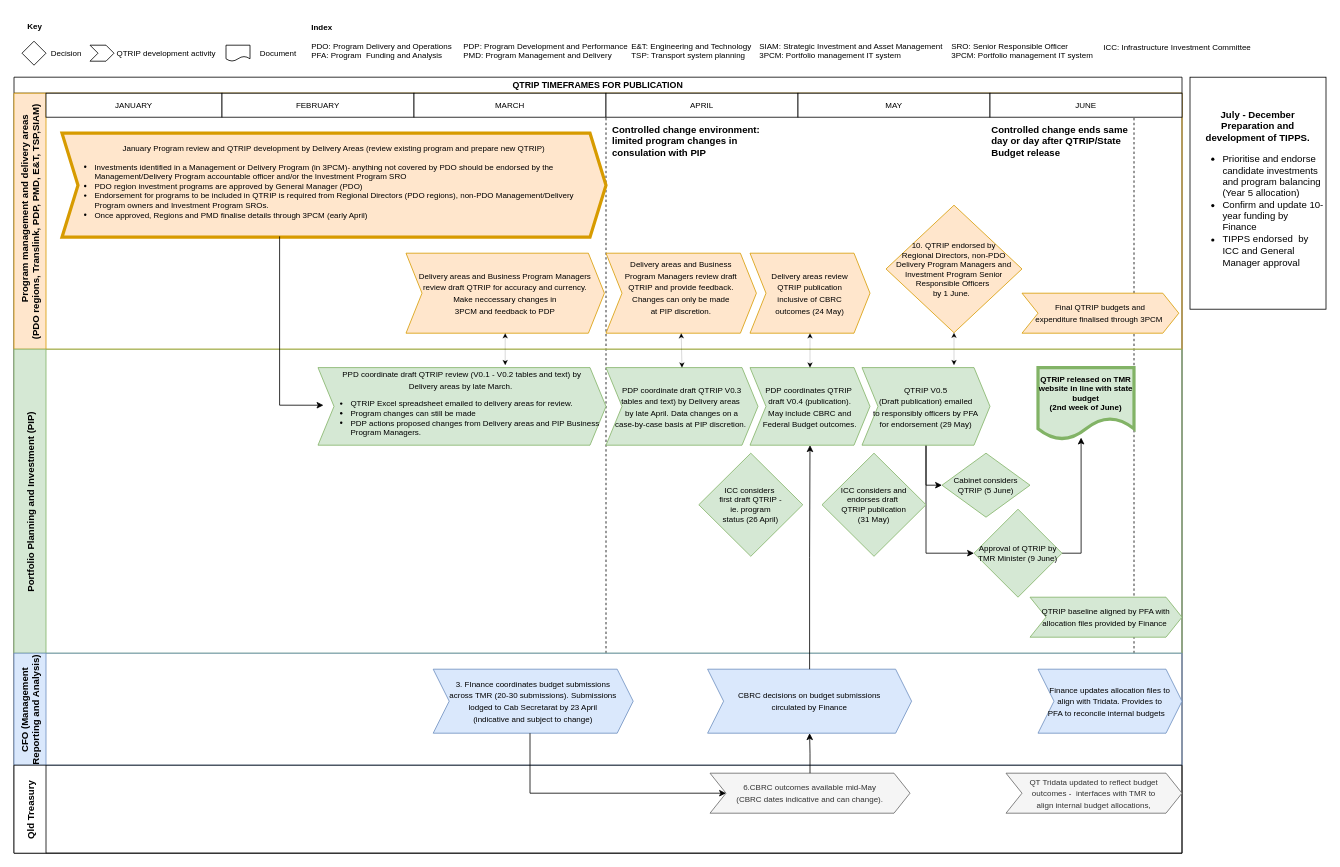
Above: page "QTRIP" (1 of 5) of QTRIP and financial mapping.drawio in tzforster/great-suppository-name (draw.io), before the change. Source tidied: cells renumbered, new cells numbered last; positions are measured from the earlier drawing's top-left corner, leaving out a move shared by most shapes. Both pictures are drawn from the tidied source at 80%, with x=0, y=0 at pixel (14, 14).
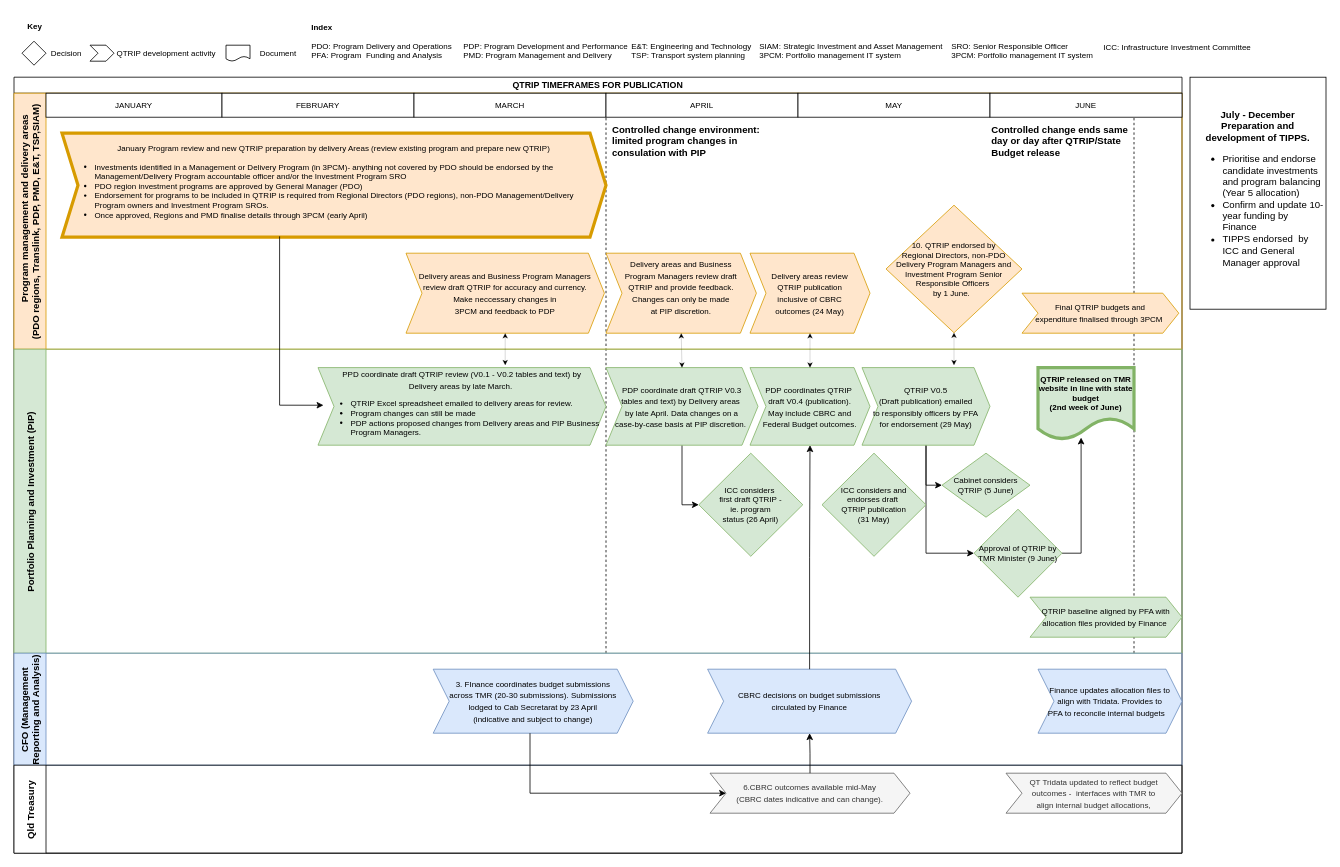
After the change.

The change refers to these unchanged cells:
```xml
<mxCell id="5" value="            Program management and delivery areas  &#10;(PDO regions, Translink, PDP, PMD, E&amp;T, TSP,SIAM)" style="swimlane;startSize=40;horizontal=0;fillColor=#ffe6cc;strokeColor=#d79b00;" parent="2" vertex="1">
  <mxGeometry y="20" width="1460" height="320" as="geometry" />
</mxCell>
<mxCell id="21" value="Portfolio Planning and Investment (PIP)" style="swimlane;startSize=40;horizontal=0;fillColor=#d5e8d4;strokeColor=#82b366;" parent="2" vertex="1">
  <mxGeometry y="340" width="1460" height="380" as="geometry" />
</mxCell>
<mxCell id="29" value="ICC considers&amp;nbsp;&lt;br&gt;first draft QTRIP -&lt;br&gt;ie. program&lt;br&gt;status (26 April)" style="rhombus;whiteSpace=wrap;html=1;fontSize=10;fillColor=#d5e8d4;strokeColor=#82b366;" parent="21" vertex="1">
  <mxGeometry x="856" y="130" width="130" height="128.9" as="geometry" />
</mxCell>
<mxCell id="34" value="&lt;font style=&quot;font-size: 10px;&quot;&gt;PDP coordinate draft QTRIP V0.3&lt;br&gt;tables and text) by Delivery areas&amp;nbsp;&lt;br&gt;by late April.&amp;nbsp;Data changes on a&lt;br&gt;case-by-case basis at PIP discretion.&amp;nbsp;&lt;br&gt;&lt;/font&gt;" style="shape=step;perimeter=stepPerimeter;whiteSpace=wrap;html=1;fixedSize=1;fillColor=#d5e8d4;strokeColor=#82b366;" parent="21" vertex="1">
  <mxGeometry x="740" y="23" width="190" height="97" as="geometry" />
</mxCell>
```

What changed in the source:
```diff
@@
-    <mxCell id="18" value="&lt;span style=&quot;font-size: 10px; text-align: left; background-color: initial;&quot;&gt;January Program review and QTRIP development by Delivery Areas (review existing program and prepare new QTRIP)&lt;/span&gt;&lt;span style=&quot;font-size: 10px;&quot;&gt;&lt;br&gt;&lt;/span&gt;&lt;div style=&quot;text-align: left; font-size: 10px;&quot;&gt;&lt;ul style=&quot;&quot;&gt;&lt;li&gt;&lt;span style=&quot;font-size: 10px;&quot;&gt;Investments identified in a Management or Delivery Program (in 3PCM)- anything not covered by PDO should be endorsed by the Management/Delivery Program accountable officer and/or the Investment Program SRO&lt;br&gt;&lt;/span&gt;&lt;/li&gt;&lt;li&gt;&lt;span style=&quot;font-size: 10px;&quot;&gt;PDO region investment programs are approved by General Manager (PDO)&lt;/span&gt;&lt;/li&gt;&lt;li&gt;&lt;span style=&quot;font-size: 10px;&quot;&gt;Endorsement for programs to be included in QTRIP is required from Regional Directors (PDO regions), non-PDO Management/Delivery Program owners and Investment Program SROs.&amp;nbsp;&lt;/span&gt;&lt;/li&gt;&lt;li&gt;&lt;span style=&quot;font-size: 10px;&quot;&gt;Once approved, Regions and PMD finalise details through 3PCM (early April)&lt;/span&gt;&lt;/li&gt;&lt;/ul&gt;&lt;/div&gt;" style="shape=step;perimeter=stepPerimeter;whiteSpace=wrap;html=1;fixedSize=1;fillColor=#ffe6cc;strokeColor=#d79b00;strokeWidth=4;" parent="5" vertex="1">
+    <mxCell id="18" value="&lt;span style=&quot;text-align: left; background-color: initial;&quot;&gt;&lt;span style=&quot;font-size: 10px;&quot;&gt;January Program review and new QTRIP preparation&amp;nbsp;by delivery Areas (review existing program and prepare new QTRIP)&lt;/span&gt;&lt;/span&gt;&lt;span style=&quot;font-size: 10px;&quot;&gt;&lt;br&gt;&lt;/span&gt;&lt;div style=&quot;text-align: left; font-size: 10px;&quot;&gt;&lt;ul style=&quot;&quot;&gt;&lt;li&gt;&lt;span style=&quot;font-size: 10px;&quot;&gt;Investments identified in a Management or Delivery Program (in 3PCM)- anything not covered by PDO should be endorsed by the Management/Delivery Program accountable officer and/or the Investment Program SRO&lt;br&gt;&lt;/span&gt;&lt;/li&gt;&lt;li&gt;&lt;span style=&quot;font-size: 10px;&quot;&gt;PDO region investment programs are approved by General Manager (PDO)&lt;/span&gt;&lt;/li&gt;&lt;li&gt;&lt;span style=&quot;font-size: 10px;&quot;&gt;Endorsement for programs to be included in QTRIP is required from Regional Directors (PDO regions), non-PDO Management/Delivery Program owners and Investment Program SROs.&amp;nbsp;&lt;/span&gt;&lt;/li&gt;&lt;li&gt;&lt;span style=&quot;font-size: 10px;&quot;&gt;Once approved, Regions and PMD finalise details through 3PCM (early April)&lt;/span&gt;&lt;/li&gt;&lt;/ul&gt;&lt;/div&gt;" style="shape=step;perimeter=stepPerimeter;whiteSpace=wrap;html=1;fixedSize=1;fillColor=#ffe6cc;strokeColor=#d79b00;strokeWidth=4;" parent="5" vertex="1">
       <mxGeometry x="60" y="50" width="680" height="130" as="geometry" />
     </mxCell>
@@
+    <mxCell id="65" style="edgeStyle=orthogonalEdgeStyle;rounded=0;jettySize=auto;html=1;entryX=0;entryY=0.5;entryDx=0;entryDy=0;" parent="21" edge="1" source="34" target="29">
+      <mxGeometry relative="1" as="geometry" />
+    </mxCell>
```
